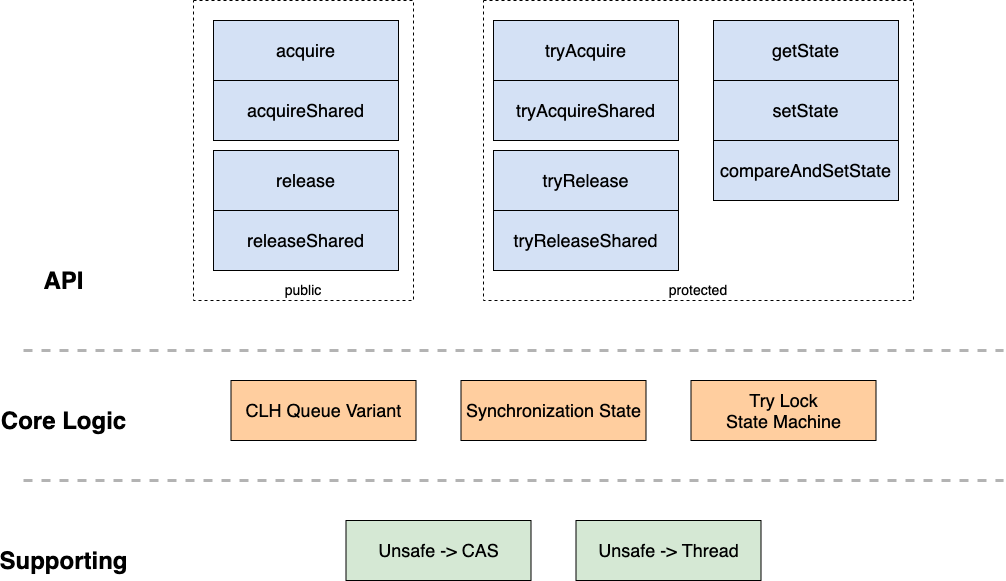
Above: source/_posts/java-aqs/aqs_arch.png in LENSHOOD/lenshood.github.io (draw.io), before the change. Source tidied: cells renumbered, new cells last; positions are measured from the earlier drawing's top-left corner, leaving out a move shared by most shapes. The source it was exported from:
```xml
<mxGraphModel>
  <root>
    <mxCell id="0" />
    <mxCell id="1" parent="0" />
    <mxCell id="2" value="&lt;font style=&quot;font-size: 14px&quot;&gt;protected&lt;/font&gt;" style="rounded=0;whiteSpace=wrap;html=1;dashed=1;fillColor=#FFFFFF;verticalAlign=bottom;" parent="1" vertex="1">
      <mxGeometry x="470" width="430" height="300" as="geometry" />
    </mxCell>
    <mxCell id="3" value="&lt;font style=&quot;font-size: 14px&quot;&gt;public&lt;/font&gt;" style="rounded=0;whiteSpace=wrap;html=1;dashed=1;fillColor=#FFFFFF;verticalAlign=bottom;" parent="1" vertex="1">
      <mxGeometry x="180" width="220" height="300" as="geometry" />
    </mxCell>
    <mxCell id="4" value="&lt;font style=&quot;font-size: 18px&quot;&gt;acquire&lt;/font&gt;" style="rounded=0;whiteSpace=wrap;html=1;fillColor=#D4E1F5;" parent="1" vertex="1">
      <mxGeometry x="200" y="20" width="185" height="60" as="geometry" />
    </mxCell>
    <mxCell id="5" value="&lt;font style=&quot;font-size: 18px&quot;&gt;releaseShared&lt;/font&gt;" style="rounded=0;whiteSpace=wrap;html=1;fillColor=#D4E1F5;" parent="1" vertex="1">
      <mxGeometry x="200" y="210" width="185" height="60" as="geometry" />
    </mxCell>
    <mxCell id="6" value="&lt;font style=&quot;font-size: 18px&quot;&gt;acquireShared&lt;/font&gt;" style="rounded=0;whiteSpace=wrap;html=1;fillColor=#D4E1F5;" parent="1" vertex="1">
      <mxGeometry x="200" y="80" width="185" height="60" as="geometry" />
    </mxCell>
    <mxCell id="7" value="&lt;font style=&quot;font-size: 18px&quot;&gt;release&lt;/font&gt;" style="rounded=0;whiteSpace=wrap;html=1;fillColor=#D4E1F5;" parent="1" vertex="1">
      <mxGeometry x="200" y="150" width="185" height="60" as="geometry" />
    </mxCell>
    <mxCell id="8" value="&lt;font style=&quot;font-size: 18px&quot;&gt;setState&lt;/font&gt;" style="rounded=0;whiteSpace=wrap;html=1;fillColor=#D4E1F5;" parent="1" vertex="1">
      <mxGeometry x="700" y="80" width="185" height="60" as="geometry" />
    </mxCell>
    <mxCell id="9" value="&lt;font style=&quot;font-size: 18px&quot;&gt;getState&lt;/font&gt;" style="rounded=0;whiteSpace=wrap;html=1;fillColor=#D4E1F5;" parent="1" vertex="1">
      <mxGeometry x="700" y="20" width="185" height="60" as="geometry" />
    </mxCell>
    <mxCell id="10" value="&lt;font style=&quot;font-size: 18px&quot;&gt;compareAndSetState&lt;/font&gt;" style="rounded=0;whiteSpace=wrap;html=1;fillColor=#D4E1F5;" parent="1" vertex="1">
      <mxGeometry x="700" y="140" width="185" height="60" as="geometry" />
    </mxCell>
    <mxCell id="11" value="&lt;font style=&quot;font-size: 18px&quot;&gt;tryAcquire&lt;/font&gt;" style="rounded=0;whiteSpace=wrap;html=1;fillColor=#D4E1F5;" parent="1" vertex="1">
      <mxGeometry x="480" y="20" width="185" height="60" as="geometry" />
    </mxCell>
    <mxCell id="12" value="&lt;font style=&quot;font-size: 18px&quot;&gt;tryReleaseShared&lt;/font&gt;" style="rounded=0;whiteSpace=wrap;html=1;fillColor=#D4E1F5;" parent="1" vertex="1">
      <mxGeometry x="480" y="210" width="185" height="60" as="geometry" />
    </mxCell>
    <mxCell id="13" value="&lt;font style=&quot;font-size: 18px&quot;&gt;tryAcquireShared&lt;/font&gt;" style="rounded=0;whiteSpace=wrap;html=1;fillColor=#D4E1F5;" parent="1" vertex="1">
      <mxGeometry x="480" y="80" width="185" height="60" as="geometry" />
    </mxCell>
    <mxCell id="14" value="&lt;font style=&quot;font-size: 18px&quot;&gt;tryRelease&lt;/font&gt;" style="rounded=0;whiteSpace=wrap;html=1;fillColor=#D4E1F5;" parent="1" vertex="1">
      <mxGeometry x="480" y="150" width="185" height="60" as="geometry" />
    </mxCell>
    <mxCell id="15" value="&lt;font style=&quot;font-size: 18px&quot;&gt;CLH Queue Variant&lt;/font&gt;" style="rounded=0;whiteSpace=wrap;html=1;fillColor=#FFCE9F;" parent="1" vertex="1">
      <mxGeometry x="217.5" y="380" width="185" height="60" as="geometry" />
    </mxCell>
    <mxCell id="16" value="&lt;font style=&quot;font-size: 18px&quot;&gt;Synchronization State&lt;/font&gt;" style="rounded=0;whiteSpace=wrap;html=1;fillColor=#FFCE9F;" parent="1" vertex="1">
      <mxGeometry x="447.5" y="380" width="185" height="60" as="geometry" />
    </mxCell>
    <mxCell id="17" value="&lt;font style=&quot;font-size: 18px&quot;&gt;Try Lock&lt;br&gt;State Machine&lt;/font&gt;" style="rounded=0;whiteSpace=wrap;html=1;fillColor=#FFCE9F;" parent="1" vertex="1">
      <mxGeometry x="677.5" y="380" width="185" height="60" as="geometry" />
    </mxCell>
    <mxCell id="18" value="&lt;font style=&quot;font-size: 18px&quot;&gt;Unsafe -&amp;gt; CAS&lt;/font&gt;" style="rounded=0;whiteSpace=wrap;html=1;fillColor=#D5E8D4;" parent="1" vertex="1">
      <mxGeometry x="332.5" y="520" width="185" height="60" as="geometry" />
    </mxCell>
    <mxCell id="19" value="&lt;font style=&quot;font-size: 18px&quot;&gt;Unsafe -&amp;gt; Thread&lt;/font&gt;" style="rounded=0;whiteSpace=wrap;html=1;fillColor=#D5E8D4;" parent="1" vertex="1">
      <mxGeometry x="562.5" y="520" width="185" height="60" as="geometry" />
    </mxCell>
    <mxCell id="20" style="endArrow=none;dashed=1;html=1;strokeWidth=3;strokeColor=#B3B3B3;" parent="1" edge="1">
      <mxGeometry relative="1" as="geometry">
        <mxPoint x="10" y="350" as="sourcePoint" />
        <mxPoint x="990" y="350" as="targetPoint" />
      </mxGeometry>
    </mxCell>
    <mxCell id="21" style="endArrow=none;dashed=1;html=1;strokeWidth=3;strokeColor=#B3B3B3;" parent="1" edge="1">
      <mxGeometry relative="1" as="geometry">
        <mxPoint x="10" y="480" as="sourcePoint" />
        <mxPoint x="990" y="480" as="targetPoint" />
      </mxGeometry>
    </mxCell>
    <mxCell id="22" value="API" style="text;strokeColor=none;fillColor=none;html=1;fontSize=24;fontStyle=1;verticalAlign=middle;align=center;dashed=1;" parent="1" vertex="1">
      <mxGeometry y="260" width="100" height="40" as="geometry" />
    </mxCell>
    <mxCell id="23" value="Core Logic" style="text;strokeColor=none;fillColor=none;html=1;fontSize=24;fontStyle=1;verticalAlign=middle;align=center;dashed=1;" parent="1" vertex="1">
      <mxGeometry y="400" width="100" height="40" as="geometry" />
    </mxCell>
    <mxCell id="24" value="Supporting" style="text;strokeColor=none;fillColor=none;html=1;fontSize=24;fontStyle=1;verticalAlign=middle;align=center;dashed=1;" parent="1" vertex="1">
      <mxGeometry y="540" width="100" height="40" as="geometry" />
    </mxCell>
  </root>
</mxGraphModel>
```
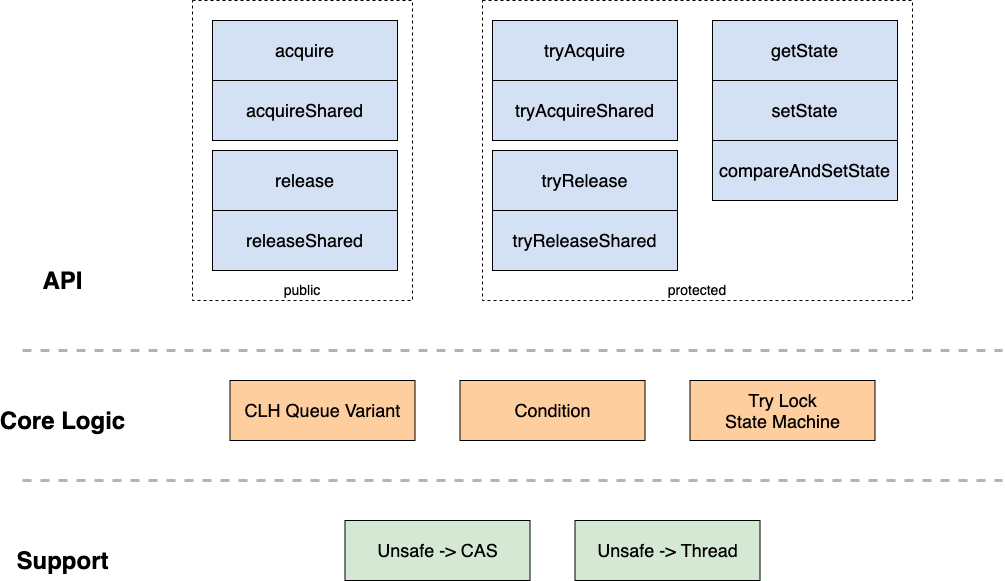
The same diagram one commit later.

Commit message:
docs: update java aqs

Change to the diagram source:
```diff
@@ -44,7 +44,7 @@
     <mxCell id="15" value="&lt;font style=&quot;font-size: 18px&quot;&gt;CLH Queue Variant&lt;/font&gt;" style="rounded=0;whiteSpace=wrap;html=1;fillColor=#FFCE9F;" parent="1" vertex="1">
       <mxGeometry x="217.5" y="380" width="185" height="60" as="geometry" />
     </mxCell>
-    <mxCell id="16" value="&lt;font style=&quot;font-size: 18px&quot;&gt;Synchronization State&lt;/font&gt;" style="rounded=0;whiteSpace=wrap;html=1;fillColor=#FFCE9F;" parent="1" vertex="1">
+    <mxCell id="16" value="&lt;font style=&quot;font-size: 18px&quot;&gt;Condition&lt;/font&gt;" style="rounded=0;whiteSpace=wrap;html=1;fillColor=#FFCE9F;" parent="1" vertex="1">
       <mxGeometry x="447.5" y="380" width="185" height="60" as="geometry" />
     </mxCell>
     <mxCell id="17" value="&lt;font style=&quot;font-size: 18px&quot;&gt;Try Lock&lt;br&gt;State Machine&lt;/font&gt;" style="rounded=0;whiteSpace=wrap;html=1;fillColor=#FFCE9F;" parent="1" vertex="1">
@@ -74,7 +74,7 @@
     <mxCell id="23" value="Core Logic" style="text;strokeColor=none;fillColor=none;html=1;fontSize=24;fontStyle=1;verticalAlign=middle;align=center;dashed=1;" parent="1" vertex="1">
       <mxGeometry y="400" width="100" height="40" as="geometry" />
     </mxCell>
-    <mxCell id="24" value="Supporting" style="text;strokeColor=none;fillColor=none;html=1;fontSize=24;fontStyle=1;verticalAlign=middle;align=center;dashed=1;" parent="1" vertex="1">
+    <mxCell id="24" value="Support" style="text;strokeColor=none;fillColor=none;html=1;fontSize=24;fontStyle=1;verticalAlign=middle;align=center;dashed=1;" parent="1" vertex="1">
       <mxGeometry y="540" width="100" height="40" as="geometry" />
     </mxCell>
   </root>
```
